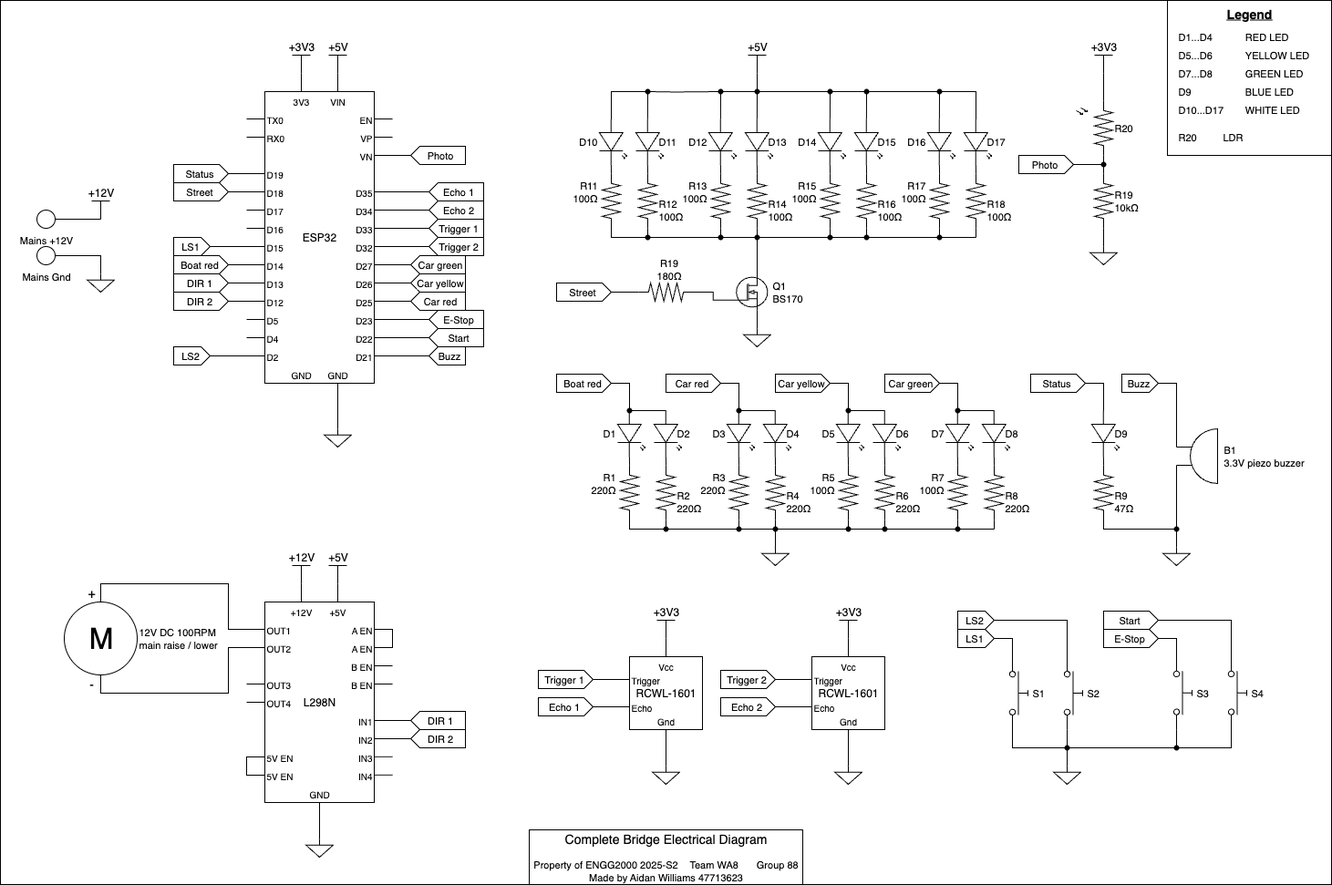
Above: Documentation/Whole Bridge Schematic.png in ChewOnThis/e2k-e3k-systems (draw.io), before the change. Source tidied: cells renumbered, new cells last; positions are measured from the earlier drawing's top-left corner, leaving out a move shared by most shapes.
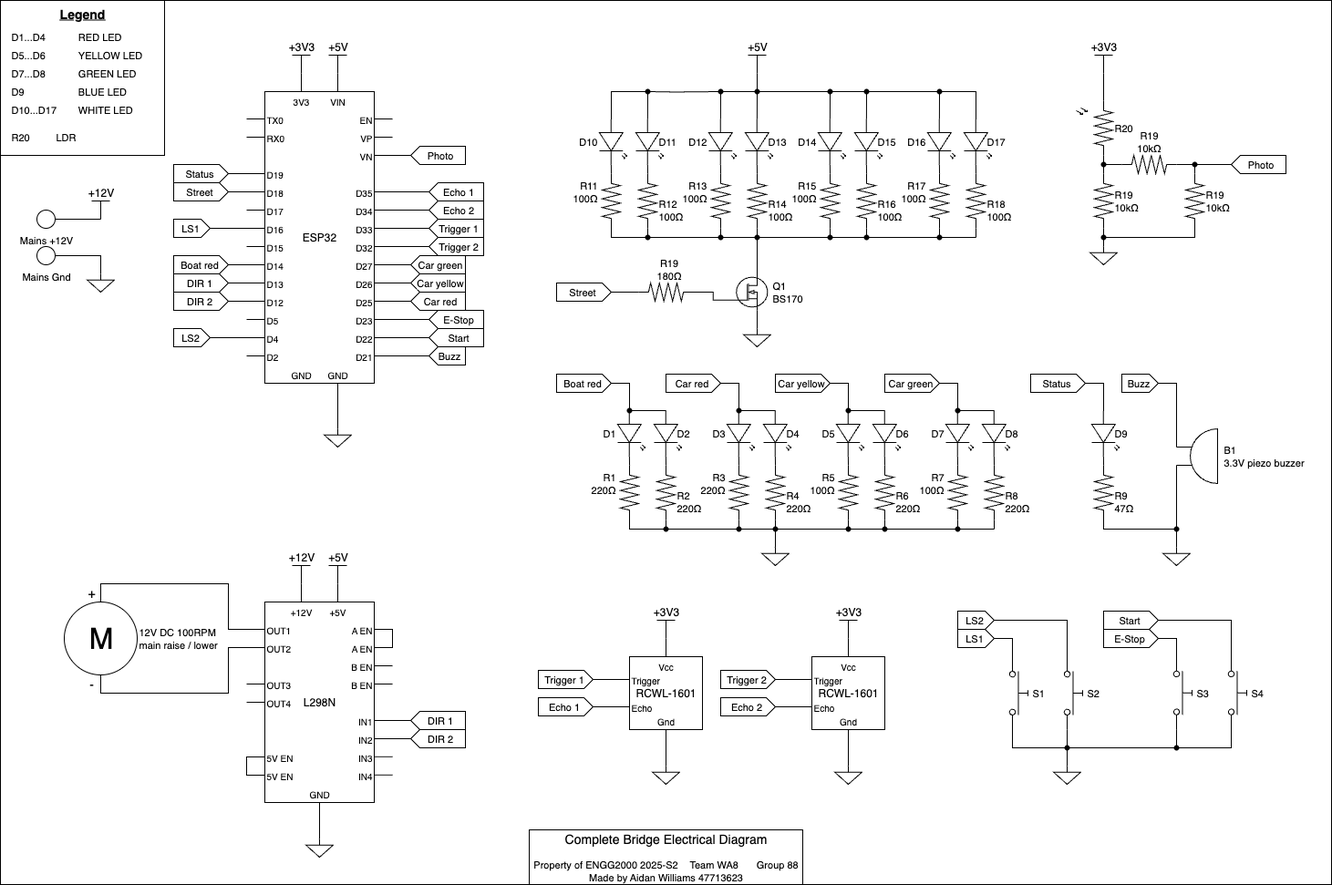
After the commit.

The edit, as a diff of the source:
```diff
@@ -45,9 +45,9 @@
     </mxCell>
-    <mxCell id="15" style="edgeStyle=orthogonalEdgeStyle;shape=connector;rounded=0;jettySize=auto;html=1;strokeColor=default;align=center;verticalAlign=middle;fontFamily=Helvetica;fontSize=11;fontColor=default;labelBackgroundColor=default;startFill=0;endArrow=none;exitX=0;exitY=0.5;exitDx=0;exitDy=0;" parent="1" edge="1" source="209">
-      <mxGeometry relative="1" as="geometry">
-        <mxPoint x="270" y="370" as="targetPoint" />
-      </mxGeometry>
+    <mxCell id="15" style="edgeStyle=orthogonalEdgeStyle;shape=connector;rounded=0;jettySize=auto;html=1;strokeColor=default;align=center;verticalAlign=middle;fontFamily=Helvetica;fontSize=11;fontColor=default;labelBackgroundColor=default;startFill=0;endArrow=none;exitX=0;exitY=0.5;exitDx=0;exitDy=0;entryX=1;entryY=0.5;entryDx=0;entryDy=0;entryPerimeter=0;" parent="1" edge="1" source="209" target="189">
+      <mxGeometry relative="1" as="geometry" />
     </mxCell>
-    <mxCell id="16" style="edgeStyle=orthogonalEdgeStyle;shape=connector;rounded=0;jettySize=auto;html=1;strokeColor=default;align=center;verticalAlign=middle;fontFamily=Helvetica;fontSize=11;fontColor=default;labelBackgroundColor=default;startFill=0;endArrow=none;exitX=0;exitY=0.5;exitDx=0;exitDy=0;entryX=1;entryY=0.5;entryDx=0;entryDy=0;entryPerimeter=0;" parent="1" edge="1" source="211" target="189">
-      <mxGeometry relative="1" as="geometry" />
+    <mxCell id="16" style="edgeStyle=orthogonalEdgeStyle;shape=connector;rounded=0;jettySize=auto;html=1;strokeColor=default;align=center;verticalAlign=middle;fontFamily=Helvetica;fontSize=11;fontColor=default;labelBackgroundColor=default;startFill=0;endArrow=none;exitX=0;exitY=0.5;exitDx=0;exitDy=0;" parent="1" edge="1" source="211">
+      <mxGeometry relative="1" as="geometry">
+        <mxPoint x="270" y="390" as="targetPoint" />
+      </mxGeometry>
     </mxCell>
@@ -362,9 +362,9 @@
     </mxCell>
-    <mxCell id="108" style="edgeStyle=orthogonalEdgeStyle;shape=connector;rounded=0;jettySize=auto;html=1;strokeColor=default;align=center;verticalAlign=middle;fontFamily=Helvetica;fontSize=11;fontColor=default;labelBackgroundColor=default;startFill=0;endArrow=none;exitX=0;exitY=0.5;exitDx=0;exitDy=0;entryX=1;entryY=0.5;entryDx=0;entryDy=0;entryPerimeter=0;" parent="1" edge="1" source="216" target="188">
-      <mxGeometry relative="1" as="geometry" />
+    <mxCell id="108" style="edgeStyle=orthogonalEdgeStyle;shape=connector;rounded=0;jettySize=auto;html=1;strokeColor=default;align=center;verticalAlign=middle;fontFamily=Helvetica;fontSize=11;fontColor=default;labelBackgroundColor=default;startFill=0;endArrow=none;exitX=0;exitY=0.5;exitDx=0;exitDy=0;" parent="1" edge="1" source="216">
+      <mxGeometry relative="1" as="geometry">
+        <mxPoint x="270" y="270" as="targetPoint" />
+      </mxGeometry>
     </mxCell>
-    <mxCell id="109" style="edgeStyle=orthogonalEdgeStyle;shape=connector;rounded=0;jettySize=auto;html=1;strokeColor=default;align=center;verticalAlign=middle;fontFamily=Helvetica;fontSize=11;fontColor=default;labelBackgroundColor=default;startFill=0;endArrow=none;exitX=0;exitY=0.5;exitDx=0;exitDy=0;" parent="1" edge="1" source="217">
-      <mxGeometry relative="1" as="geometry">
-        <mxPoint x="270" y="250" as="targetPoint" />
-      </mxGeometry>
+    <mxCell id="109" style="edgeStyle=orthogonalEdgeStyle;shape=connector;rounded=0;jettySize=auto;html=1;strokeColor=default;align=center;verticalAlign=middle;fontFamily=Helvetica;fontSize=11;fontColor=default;labelBackgroundColor=default;startFill=0;endArrow=none;exitX=0;exitY=0.5;exitDx=0;exitDy=0;entryX=1;entryY=0.5;entryDx=0;entryDy=0;entryPerimeter=0;" parent="1" edge="1" source="217" target="188">
+      <mxGeometry relative="1" as="geometry" />
     </mxCell>
@@ -645,6 +645,6 @@
     <mxCell id="188" value="LS1" style="shape=mxgraph.arrows2.arrow;verticalLabelPosition=middle;shadow=0;dashed=0;align=center;verticalAlign=middle;strokeWidth=1;dy=0;dx=10;notch=0;fontFamily=Helvetica;fontSize=11;fontColor=default;labelBackgroundColor=none;labelPosition=center;spacing=2;html=1;spacingLeft=-4;flipH=0;spacingRight=0;" parent="1" vertex="1">
-      <mxGeometry x="190" y="260" width="40" height="20" as="geometry" />
+      <mxGeometry x="190" y="240" width="40" height="20" as="geometry" />
     </mxCell>
     <mxCell id="189" value="LS2" style="shape=mxgraph.arrows2.arrow;verticalLabelPosition=middle;shadow=0;dashed=0;align=center;verticalAlign=middle;strokeWidth=1;dy=0;dx=10;notch=0;fontFamily=Helvetica;fontSize=11;fontColor=default;labelBackgroundColor=none;labelPosition=center;spacing=2;html=1;spacingLeft=-4;flipH=0;spacingRight=0;" parent="1" vertex="1">
-      <mxGeometry x="190" y="380" width="40" height="20" as="geometry" />
+      <mxGeometry x="190" y="360" width="40" height="20" as="geometry" />
     </mxCell>
@@ -1311,3 +1311,3 @@
     <mxCell id="378" style="group;" parent="1" vertex="1">
-      <mxGeometry x="1280" width="180" height="200" as="geometry" />
+      <mxGeometry width="180" height="200" as="geometry" />
     </mxCell>
@@ -1331,2 +1331,5 @@
     </mxCell>
+    <mxCell id="396" value="R20&lt;span style=&quot;white-space: pre;&quot;&gt;&#9;&lt;/span&gt;&lt;span style=&quot;white-space: pre;&quot;&gt;&#9;&lt;/span&gt;&lt;span style=&quot;white-space: pre;&quot;&gt;LDR&lt;/span&gt;" style="text;html=1;align=left;verticalAlign=middle;whiteSpace=wrap;rounded=0;fontFamily=Helvetica;fontSize=11;fontColor=default;labelBackgroundColor=default;" parent="378" vertex="1">
+      <mxGeometry x="10" y="140" width="160" height="20" as="geometry" />
+    </mxCell>
     <mxCell id="385" style="verticalLabelPosition=bottom;shadow=0;dashed=0;align=center;html=1;verticalAlign=top;shape=mxgraph.electrical.signal_sources.signal_ground;fontFamily=Helvetica;fontSize=11;fontColor=default;labelBackgroundColor=default;" parent="1" vertex="1">
@@ -1346,3 +1349,3 @@
     </mxCell>
-    <mxCell id="390" style="edgeStyle=orthogonalEdgeStyle;shape=connector;rounded=0;jettySize=auto;html=1;exitX=1;exitY=0.5;exitDx=0;exitDy=0;exitPerimeter=0;entryX=0.5;entryY=0;entryDx=0;entryDy=0;entryPerimeter=0;strokeColor=default;align=center;verticalAlign=middle;fontFamily=Helvetica;fontSize=11;fontColor=default;labelBackgroundColor=default;startFill=0;endArrow=none;" parent="1" edge="1" source="388" target="389">
+    <mxCell id="390" style="edgeStyle=orthogonalEdgeStyle;shape=connector;rounded=0;jettySize=auto;html=1;exitDx=0;exitDy=0;exitPerimeter=0;entryX=0.5;entryY=0;entryDx=0;entryDy=0;entryPerimeter=0;strokeColor=default;align=center;verticalAlign=middle;fontFamily=Helvetica;fontSize=11;fontColor=default;labelBackgroundColor=default;startFill=0;endArrow=none;" parent="1" edge="1" source="409" target="389">
       <mxGeometry relative="1" as="geometry" />
@@ -1364,8 +1367,2 @@
     </mxCell>
-    <mxCell id="396" value="R20&lt;span style=&quot;white-space: pre;&quot;&gt;&#9;&lt;/span&gt;&lt;span style=&quot;white-space: pre;&quot;&gt;&#9;&lt;/span&gt;&lt;span style=&quot;white-space: pre;&quot;&gt;LDR&lt;/span&gt;" style="text;html=1;align=left;verticalAlign=middle;whiteSpace=wrap;rounded=0;fontFamily=Helvetica;fontSize=11;fontColor=default;labelBackgroundColor=default;" parent="1" vertex="1">
-      <mxGeometry x="1290" y="140" width="160" height="20" as="geometry" />
-    </mxCell>
-    <mxCell id="397" value="Photo" style="shape=mxgraph.arrows2.arrow;verticalLabelPosition=middle;shadow=0;dashed=0;align=center;verticalAlign=middle;strokeWidth=1;dy=0;dx=10;notch=0;fontFamily=Helvetica;fontSize=11;fontColor=default;labelBackgroundColor=none;labelPosition=center;spacing=2;html=1;spacingLeft=-4;flipH=0;spacingRight=0;" parent="1" vertex="1">
-      <mxGeometry x="1117" y="170" width="60" height="20" as="geometry" />
-    </mxCell>
     <mxCell id="398" style="edgeStyle=orthogonalEdgeStyle;shape=connector;rounded=0;jettySize=auto;html=1;exitX=0;exitY=0.75;exitDx=0;exitDy=0;exitPerimeter=0;entryDx=0;entryDy=0;entryPerimeter=0;strokeColor=default;align=center;verticalAlign=middle;fontFamily=Helvetica;fontSize=11;fontColor=default;labelBackgroundColor=default;startFill=0;endArrow=none;" parent="1" edge="1" source="387" target="399">
@@ -1376,5 +1373,2 @@
     </mxCell>
-    <mxCell id="400" style="edgeStyle=orthogonalEdgeStyle;shape=connector;rounded=0;jettySize=auto;html=1;exitX=1;exitY=0.5;exitDx=0;exitDy=0;exitPerimeter=0;entryX=1.045;entryY=0.538;entryDx=0;entryDy=0;entryPerimeter=0;strokeColor=default;align=center;verticalAlign=middle;fontFamily=Helvetica;fontSize=11;fontColor=default;labelBackgroundColor=default;startFill=0;endArrow=none;" parent="1" edge="1" source="397" target="399">
-      <mxGeometry relative="1" as="geometry" />
-    </mxCell>
     <mxCell id="401" value="Photo" style="shape=mxgraph.arrows2.arrow;verticalLabelPosition=middle;shadow=0;dashed=0;align=center;verticalAlign=middle;strokeWidth=1;dy=0;dx=10;notch=0;fontFamily=Helvetica;fontSize=11;fontColor=default;labelBackgroundColor=default;labelPosition=center;spacing=2;html=1;spacingLeft=0;flipH=1;spacingRight=-4;" parent="1" vertex="1">
@@ -1382,2 +1376,45 @@
     </mxCell>
+    <mxCell id="402" style="verticalLabelPosition=bottom;shadow=0;dashed=0;align=center;html=1;verticalAlign=top;shape=mxgraph.electrical.resistors.resistor_2;fontFamily=Helvetica;fontSize=11;fontColor=default;labelBackgroundColor=default;rotation=90;" parent="1" vertex="1">
+      <mxGeometry x="1280" y="210" width="60" height="20" as="geometry" />
+    </mxCell>
+    <mxCell id="403" value="&lt;div&gt;&lt;span style=&quot;color: rgb(0, 0, 0); font-family: Helvetica; font-size: 11px; font-style: normal; font-variant-ligatures: normal; font-variant-caps: normal; font-weight: 400; letter-spacing: normal; orphans: 2; text-align: right; text-indent: 0px; text-transform: none; widows: 2; word-spacing: 0px; -webkit-text-stroke-width: 0px; white-space: normal; background-color: rgb(255, 255, 255); text-decoration-thickness: initial; text-decoration-style: initial; text-decoration-color: initial; float: none; display: inline !important;&quot;&gt;R19&lt;/span&gt;&lt;/div&gt;&lt;span style=&quot;color: rgb(0, 0, 0); font-family: Helvetica; font-size: 11px; font-style: normal; font-variant-ligatures: normal; font-variant-caps: normal; font-weight: 400; letter-spacing: normal; orphans: 2; text-align: right; text-indent: 0px; text-transform: none; widows: 2; word-spacing: 0px; -webkit-text-stroke-width: 0px; white-space: normal; background-color: rgb(255, 255, 255); text-decoration-thickness: initial; text-decoration-style: initial; text-decoration-color: initial; float: none; display: inline !important;&quot;&gt;10kΩ&lt;/span&gt;" style="text;html=1;align=left;verticalAlign=middle;whiteSpace=wrap;rounded=0;fontFamily=Helvetica;fontSize=11;fontColor=default;labelBackgroundColor=default;" parent="1" vertex="1">
+      <mxGeometry x="1320" y="205" width="20" height="30" as="geometry" />
+    </mxCell>
+    <mxCell id="404" style="verticalLabelPosition=bottom;shadow=0;dashed=0;align=center;html=1;verticalAlign=top;shape=mxgraph.electrical.resistors.resistor_2;fontFamily=Helvetica;fontSize=11;fontColor=default;labelBackgroundColor=default;rotation=0;" parent="1" vertex="1">
+      <mxGeometry x="1230" y="170" width="60" height="20" as="geometry" />
+    </mxCell>
+    <mxCell id="405" value="&lt;div&gt;&lt;span style=&quot;color: rgb(0, 0, 0); font-family: Helvetica; font-size: 11px; font-style: normal; font-variant-ligatures: normal; font-variant-caps: normal; font-weight: 400; letter-spacing: normal; orphans: 2; text-indent: 0px; text-transform: none; widows: 2; word-spacing: 0px; -webkit-text-stroke-width: 0px; white-space: normal; background-color: rgb(255, 255, 255); text-decoration-thickness: initial; text-decoration-style: initial; text-decoration-color: initial; float: none; display: inline !important;&quot;&gt;R19&lt;/span&gt;&lt;/div&gt;&lt;span style=&quot;color: rgb(0, 0, 0); font-family: Helvetica; font-size: 11px; font-style: normal; font-variant-ligatures: normal; font-variant-caps: normal; font-weight: 400; letter-spacing: normal; orphans: 2; text-indent: 0px; text-transform: none; widows: 2; word-spacing: 0px; -webkit-text-stroke-width: 0px; white-space: normal; background-color: rgb(255, 255, 255); text-decoration-thickness: initial; text-decoration-style: initial; text-decoration-color: initial; float: none; display: inline !important;&quot;&gt;10kΩ&lt;/span&gt;" style="text;html=1;align=center;verticalAlign=middle;whiteSpace=wrap;rounded=0;fontFamily=Helvetica;fontSize=11;fontColor=default;labelBackgroundColor=default;" parent="1" vertex="1">
+      <mxGeometry x="1250" y="140" width="20" height="30" as="geometry" />
+    </mxCell>
+    <mxCell id="406" style="edgeStyle=orthogonalEdgeStyle;shape=connector;rounded=0;jettySize=auto;html=1;exitX=0;exitY=0.5;exitDx=0;exitDy=0;exitPerimeter=0;entryX=0.996;entryY=0.446;entryDx=0;entryDy=0;entryPerimeter=0;strokeColor=default;align=center;verticalAlign=middle;fontFamily=Helvetica;fontSize=11;fontColor=default;labelBackgroundColor=default;startFill=0;endArrow=none;" parent="1" edge="1" source="404" target="399">
+      <mxGeometry relative="1" as="geometry" />
+    </mxCell>
+    <mxCell id="407" style="edgeStyle=orthogonalEdgeStyle;shape=connector;rounded=0;jettySize=auto;html=1;exitDx=0;exitDy=0;exitPerimeter=0;entryX=0;entryY=0.5;entryDx=0;entryDy=0;entryPerimeter=0;strokeColor=default;align=center;verticalAlign=middle;fontFamily=Helvetica;fontSize=11;fontColor=default;labelBackgroundColor=default;startFill=0;endArrow=none;" parent="1" edge="1" source="412" target="402">
+      <mxGeometry relative="1" as="geometry" />
+    </mxCell>
+    <mxCell id="408" style="edgeStyle=orthogonalEdgeStyle;shape=connector;rounded=0;jettySize=auto;html=1;exitX=1;exitY=0.5;exitDx=0;exitDy=0;exitPerimeter=0;entryDx=0;entryDy=0;entryPerimeter=0;strokeColor=default;align=center;verticalAlign=middle;fontFamily=Helvetica;fontSize=11;fontColor=default;labelBackgroundColor=default;startFill=0;endArrow=none;" parent="1" edge="1" source="388" target="409">
+      <mxGeometry relative="1" as="geometry" />
+    </mxCell>
+    <mxCell id="409" style="shape=waypoint;sketch=0;fillStyle=solid;size=6;points=[];fillColor=none;perimeter=centerPerimeter;snapToPoint=1;verticalAlign=top;spacingBottom=0;spacingTop=-5;fontFamily=Verdana;fontSize=12;" parent="1" vertex="1">
+      <mxGeometry x="1190" y="240" width="40" height="40" as="geometry" />
+    </mxCell>
+    <mxCell id="410" style="edgeStyle=orthogonalEdgeStyle;shape=connector;rounded=0;jettySize=auto;html=1;exitX=1;exitY=0.5;exitDx=0;exitDy=0;exitPerimeter=0;entryX=0.996;entryY=0.495;entryDx=0;entryDy=0;entryPerimeter=0;strokeColor=default;align=center;verticalAlign=middle;fontFamily=Helvetica;fontSize=11;fontColor=default;labelBackgroundColor=default;startFill=0;endArrow=none;" parent="1" edge="1" source="402" target="409">
+      <mxGeometry relative="1" as="geometry">
+        <Array as="points">
+          <mxPoint x="1310" y="260" />
+        </Array>
+      </mxGeometry>
+    </mxCell>
+    <mxCell id="411" style="edgeStyle=orthogonalEdgeStyle;shape=connector;rounded=0;jettySize=auto;html=1;exitX=1;exitY=0.5;exitDx=0;exitDy=0;exitPerimeter=0;entryDx=0;entryDy=0;entryPerimeter=0;strokeColor=default;align=center;verticalAlign=middle;fontFamily=Helvetica;fontSize=11;fontColor=default;labelBackgroundColor=default;startFill=0;endArrow=none;" parent="1" edge="1" source="404" target="412">
+      <mxGeometry relative="1" as="geometry" />
+    </mxCell>
+    <mxCell id="412" style="shape=waypoint;sketch=0;fillStyle=solid;size=6;points=[];fillColor=none;perimeter=centerPerimeter;snapToPoint=1;verticalAlign=top;spacingBottom=0;spacingTop=-5;fontFamily=Verdana;fontSize=12;" parent="1" vertex="1">
+      <mxGeometry x="1290" y="160" width="40" height="40" as="geometry" />
+    </mxCell>
+    <mxCell id="397" value="Photo" style="shape=mxgraph.arrows2.arrow;verticalLabelPosition=middle;shadow=0;dashed=0;align=center;verticalAlign=middle;strokeWidth=1;dy=0;dx=10;notch=0;fontFamily=Helvetica;fontSize=11;fontColor=default;labelBackgroundColor=default;labelPosition=center;spacing=2;html=1;spacingLeft=0;flipH=1;spacingRight=-4;" parent="1" vertex="1">
+      <mxGeometry x="1350" y="170" width="60" height="20" as="geometry" />
+    </mxCell>
+    <mxCell id="413" style="edgeStyle=orthogonalEdgeStyle;shape=connector;rounded=0;jettySize=auto;html=1;exitX=1;exitY=0.5;exitDx=0;exitDy=0;exitPerimeter=0;entryX=1.045;entryY=0.479;entryDx=0;entryDy=0;entryPerimeter=0;strokeColor=default;align=center;verticalAlign=middle;fontFamily=Helvetica;fontSize=11;fontColor=default;labelBackgroundColor=default;startFill=0;endArrow=none;" parent="1" edge="1" source="397" target="412">
+      <mxGeometry relative="1" as="geometry" />
+    </mxCell>
   </root>
```
